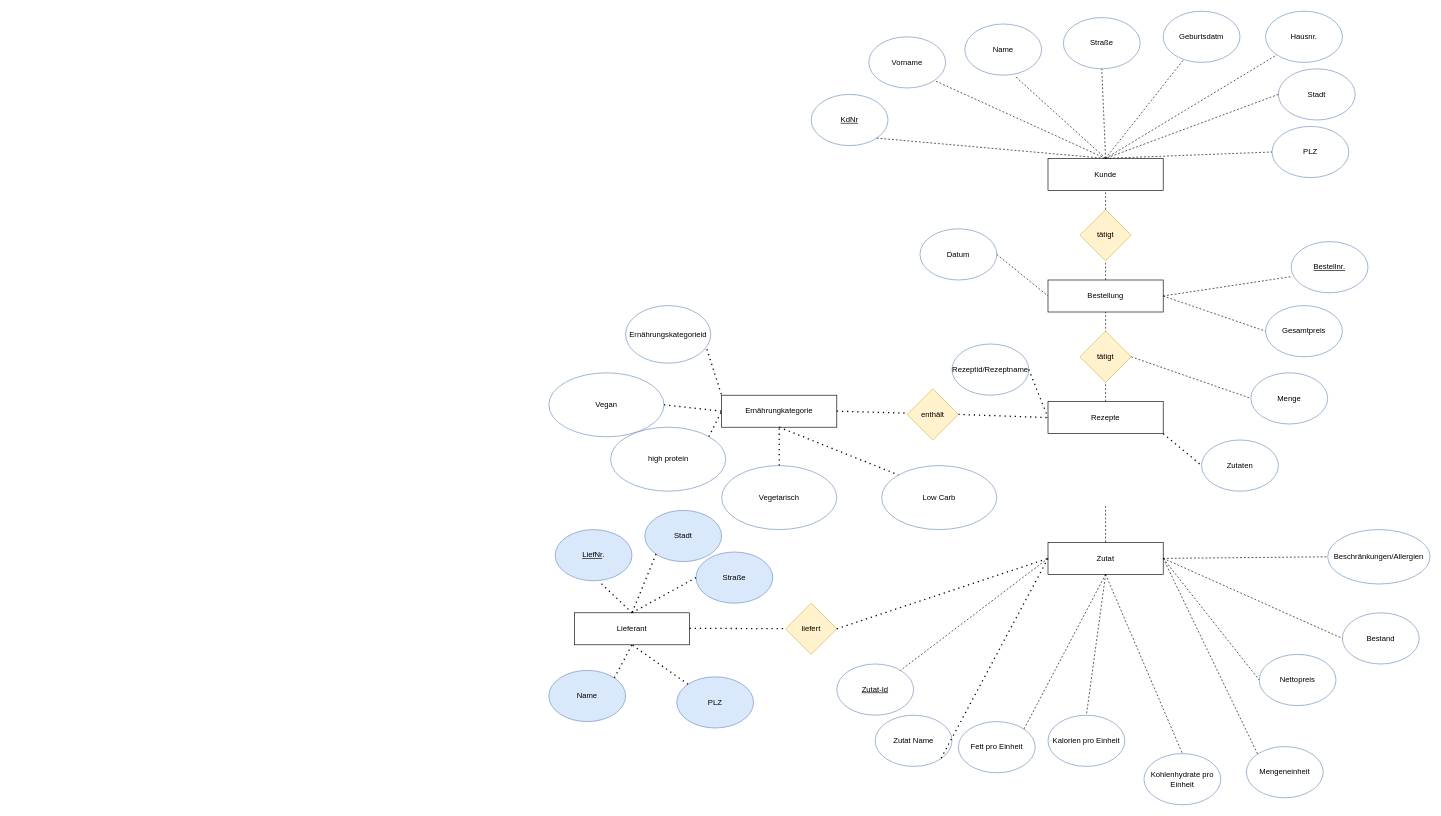
Earlier version of the draw.io diagram Untitled Diagram.drawio (AlassaneBenjamin/Alassane). Source tidied: cells renumbered, new cells numbered last; positions are measured from the earlier drawing's top-left corner, leaving out a move shared by most shapes. Both pictures are drawn from the tidied source at 64%, with x=0, y=0 at pixel (548, 11).
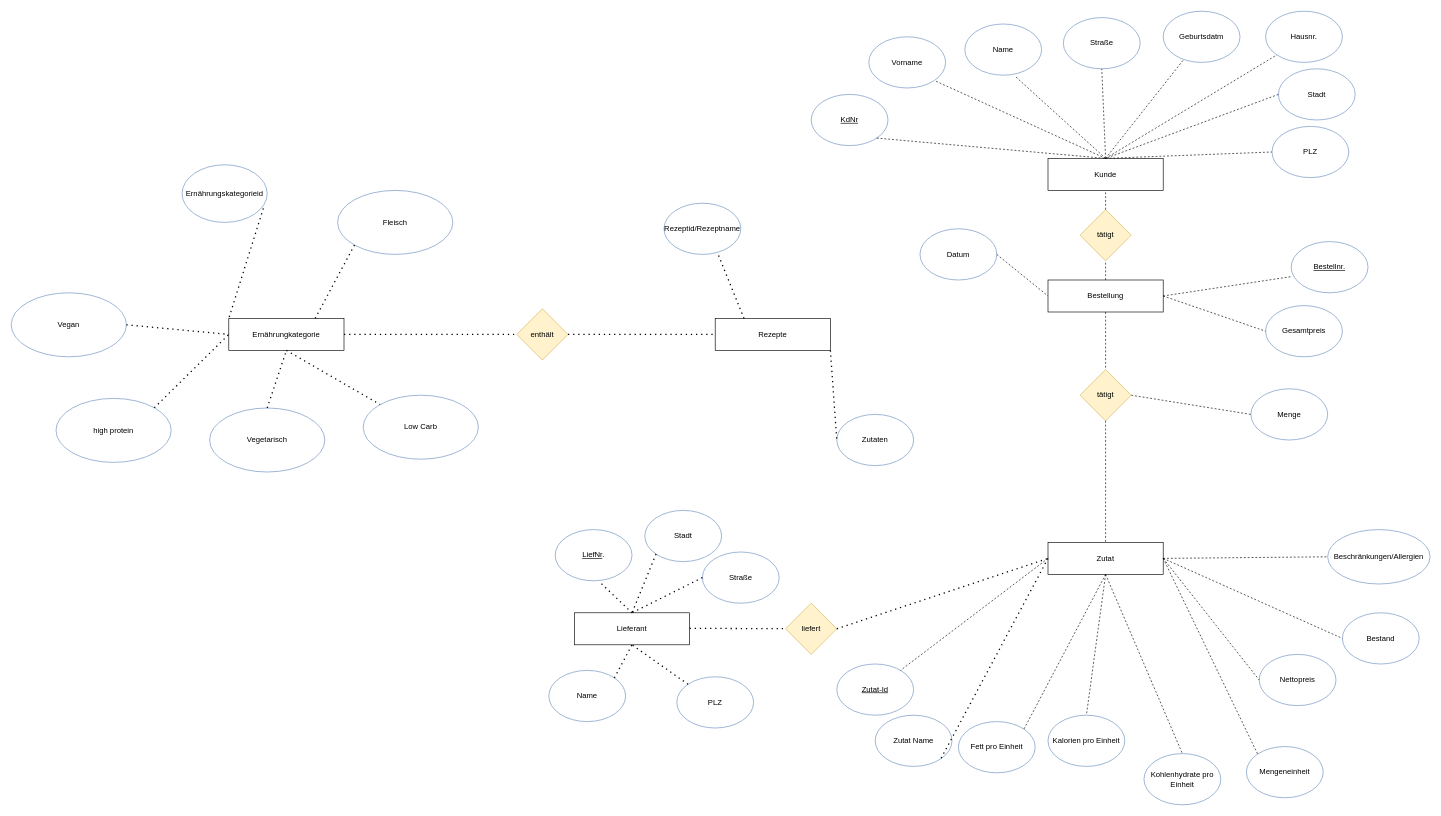
After the change.

Unchanged cells that the change refers to:
```xml
<mxCell id="21" value="Bestellung" style="rounded=0;whiteSpace=wrap;html=1;" parent="1" vertex="1">
  <mxGeometry x="780" y="420" width="180" height="50" as="geometry" />
</mxCell>
<mxCell id="32" value="Zutat" style="rounded=0;whiteSpace=wrap;html=1;" parent="1" vertex="1">
  <mxGeometry x="780" y="830" width="180" height="50" as="geometry" />
</mxCell>
```

What changed in the source:
```diff
@@
     <mxCell id="29" value="Menge" style="ellipse;whiteSpace=wrap;html=1;fillColor=none;strokeColor=#6c8ebf;" parent="1" vertex="1">
-      <mxGeometry x="1097" y="565" width="120" height="80" as="geometry" />
+      <mxGeometry x="1097" y="590" width="120" height="80" as="geometry" />
     </mxCell>
@@
-    <mxCell id="31" style="endArrow=none;dashed=1;html=1;rounded=0;entryX=0.5;entryY=1;entryDx=0;entryDy=0;exitX=0.5;exitY=0;exitDx=0;exitDy=0;" parent="1" edge="1" source="64" target="21">
-      <mxGeometry relative="1" as="geometry" />
-    </mxCell>
@@
-    <mxCell id="33" style="endArrow=none;dashed=1;html=1;rounded=0;entryX=0.5;entryY=1;entryDx=0;entryDy=0;exitX=0.5;exitY=0;exitDx=0;exitDy=0;" parent="1" edge="1" source="32">
-      <mxGeometry relative="1" as="geometry">
-        <mxPoint x="870" y="770" as="targetPoint" />
-      </mxGeometry>
-    </mxCell>
@@
-    <mxCell id="51" value="&lt;u&gt;LiefNr&lt;/u&gt;." style="ellipse;whiteSpace=wrap;html=1;fillColor=#dae8fc;strokeColor=#6c8ebf;" parent="1" vertex="1">
+    <mxCell id="51" value="&lt;u&gt;LiefNr&lt;/u&gt;." style="ellipse;whiteSpace=wrap;html=1;fillColor=none;strokeColor=#6c8ebf;" parent="1" vertex="1">
       <mxGeometry x="10" y="810" width="120" height="80" as="geometry" />
     </mxCell>
-    <mxCell id="52" value="Name" style="ellipse;whiteSpace=wrap;html=1;fillColor=#dae8fc;strokeColor=#6c8ebf;" parent="1" vertex="1">
+    <mxCell id="52" value="Name" style="ellipse;whiteSpace=wrap;html=1;fillColor=none;strokeColor=#6c8ebf;" parent="1" vertex="1">
       <mxGeometry y="1030" width="120" height="80" as="geometry" />
     </mxCell>
-    <mxCell id="53" value="PLZ" style="ellipse;whiteSpace=wrap;html=1;fillColor=#dae8fc;strokeColor=#6c8ebf;" parent="1" vertex="1">
+    <mxCell id="53" value="PLZ" style="ellipse;whiteSpace=wrap;html=1;fillColor=none;strokeColor=#6c8ebf;" parent="1" vertex="1">
       <mxGeometry x="200" y="1040" width="120" height="80" as="geometry" />
     </mxCell>
-    <mxCell id="54" value="Straße" style="ellipse;whiteSpace=wrap;html=1;fillColor=#dae8fc;strokeColor=#6c8ebf;" parent="1" vertex="1">
-      <mxGeometry x="230" y="845" width="120" height="80" as="geometry" />
+    <mxCell id="54" value="Straße" style="ellipse;whiteSpace=wrap;html=1;fillColor=none;strokeColor=#6c8ebf;" parent="1" vertex="1">
+      <mxGeometry x="240" y="845" width="120" height="80" as="geometry" />
     </mxCell>
-    <mxCell id="55" value="Stadt" style="ellipse;whiteSpace=wrap;html=1;fillColor=#dae8fc;strokeColor=#6c8ebf;" parent="1" vertex="1">
+    <mxCell id="55" value="Stadt" style="ellipse;whiteSpace=wrap;html=1;fillColor=none;strokeColor=#6c8ebf;" parent="1" vertex="1">
       <mxGeometry x="150" y="780" width="120" height="80" as="geometry" />
     </mxCell>
@@
     <mxCell id="64" value="Rezepte" style="rounded=0;whiteSpace=wrap;html=1;" parent="1" vertex="1">
-      <mxGeometry x="780" y="610" width="180" height="50" as="geometry" />
+      <mxGeometry x="260" y="480" width="180" height="50" as="geometry" />
     </mxCell>
     <mxCell id="65" value="Rezeptid/Rezeptname" style="ellipse;whiteSpace=wrap;html=1;fillColor=none;strokeColor=#6c8ebf;" parent="1" vertex="1">
-      <mxGeometry x="630" y="520" width="120" height="80" as="geometry" />
+      <mxGeometry x="180" y="300" width="120" height="80" as="geometry" />
     </mxCell>
     <mxCell id="66" value="tätigt" style="rhombus;whiteSpace=wrap;html=1;fillColor=#fff2cc;strokeColor=#d6b656;" parent="1" vertex="1">
-      <mxGeometry x="830" y="500" width="80" height="80" as="geometry" />
+      <mxGeometry x="830" y="560" width="80" height="80" as="geometry" />
     </mxCell>
     <mxCell id="67" value="Ernährungkategorie" style="rounded=0;whiteSpace=wrap;html=1;" parent="1" vertex="1">
-      <mxGeometry x="270" y="600" width="180" height="50" as="geometry" />
+      <mxGeometry x="-500" y="480" width="180" height="50" as="geometry" />
     </mxCell>
     <mxCell id="68" value="Ernährungskategorieid" style="ellipse;whiteSpace=wrap;html=1;fillColor=none;strokeColor=#6c8ebf;" parent="1" vertex="1">
-      <mxGeometry x="120" y="460" width="133" height="90" as="geometry" />
+      <mxGeometry x="-573" y="240" width="133" height="90" as="geometry" />
     </mxCell>
-    <mxCell id="69" style="endArrow=none;dashed=1;html=1;dashPattern=1 3;strokeWidth=2;rounded=0;entryX=0;entryY=0.5;entryDx=0;entryDy=0;exitX=1;exitY=0.5;exitDx=0;exitDy=0;" parent="1" edge="1" source="65" target="64">
-      <mxGeometry relative="1" as="geometry" />
-    </mxCell>
-    <mxCell id="70" style="endArrow=none;dashed=1;html=1;dashPattern=1 3;strokeWidth=2;rounded=0;entryX=0;entryY=0.5;entryDx=0;entryDy=0;exitX=1;exitY=0.5;exitDx=0;exitDy=0;" parent="1" edge="1" source="71" target="64">
+    <mxCell id="70" style="endArrow=none;dashed=1;html=1;dashPattern=1 3;strokeWidth=2;rounded=0;entryX=0.696;entryY=0.966;entryDx=0;entryDy=0;exitX=0.25;exitY=0;exitDx=0;exitDy=0;entryPerimeter=0;" parent="1" edge="1" source="64" target="65">
       <mxGeometry relative="1" as="geometry" />
     </mxCell>
     <mxCell id="71" value="enthält" style="rhombus;whiteSpace=wrap;html=1;fillColor=#fff2cc;strokeColor=#d6b656;" parent="1" vertex="1">
-      <mxGeometry x="560" y="590" width="80" height="80" as="geometry" />
+      <mxGeometry x="-50" y="465" width="80" height="80" as="geometry" />
     </mxCell>
-    <mxCell id="72" style="endArrow=none;dashed=1;html=1;dashPattern=1 3;strokeWidth=2;rounded=0;exitX=1;exitY=0.5;exitDx=0;exitDy=0;" parent="1" edge="1" source="67">
-      <mxGeometry relative="1" as="geometry">
-        <mxPoint x="560" y="628" as="targetPoint" />
-      </mxGeometry>
+    <mxCell id="72" style="endArrow=none;dashed=1;html=1;dashPattern=1 3;strokeWidth=2;rounded=0;exitX=1;exitY=0.5;exitDx=0;exitDy=0;entryX=0;entryY=0.5;entryDx=0;entryDy=0;" parent="1" edge="1" source="67" target="71">
+      <mxGeometry relative="1" as="geometry" />
     </mxCell>
@@
     <mxCell id="76" value="Vegan" style="ellipse;whiteSpace=wrap;html=1;fillColor=none;strokeColor=#6c8ebf;" parent="1" vertex="1">
-      <mxGeometry y="565" width="180" height="100" as="geometry" />
+      <mxGeometry x="-840" y="440" width="180" height="100" as="geometry" />
     </mxCell>
     <mxCell id="77" value="Vegetarisch" style="ellipse;whiteSpace=wrap;html=1;fillColor=none;strokeColor=#6c8ebf;" parent="1" vertex="1">
-      <mxGeometry x="270" y="710" width="180" height="100" as="geometry" />
+      <mxGeometry x="-530" y="620" width="180" height="100" as="geometry" />
     </mxCell>
     <mxCell id="78" value="Low Carb" style="ellipse;whiteSpace=wrap;html=1;fillColor=none;strokeColor=#6c8ebf;" parent="1" vertex="1">
-      <mxGeometry x="520" y="710" width="180" height="100" as="geometry" />
+      <mxGeometry x="-290" y="600" width="180" height="100" as="geometry" />
     </mxCell>
     <mxCell id="79" value="high protein" style="ellipse;whiteSpace=wrap;html=1;fillColor=none;strokeColor=#6c8ebf;" parent="1" vertex="1">
-      <mxGeometry x="96.5" y="650" width="180" height="100" as="geometry" />
+      <mxGeometry x="-770" y="605" width="180" height="100" as="geometry" />
     </mxCell>
@@
     <mxCell id="84" value="Zutaten" style="ellipse;whiteSpace=wrap;html=1;fillColor=none;strokeColor=#6c8ebf;" parent="1" vertex="1">
-      <mxGeometry x="1020" y="670" width="120" height="80" as="geometry" />
+      <mxGeometry x="450" y="630" width="120" height="80" as="geometry" />
     </mxCell>
@@
+    <mxCell id="86" value="Fleisch" style="ellipse;whiteSpace=wrap;html=1;fillColor=none;strokeColor=#6c8ebf;" parent="1" vertex="1">
+      <mxGeometry x="-330" y="280" width="180" height="100" as="geometry" />
+    </mxCell>
+    <mxCell id="87" style="endArrow=none;dashed=1;html=1;dashPattern=1 3;strokeWidth=2;rounded=0;exitX=0;exitY=1;exitDx=0;exitDy=0;entryX=0.75;entryY=0;entryDx=0;entryDy=0;" parent="1" edge="1" source="86" target="67">
+      <mxGeometry relative="1" as="geometry" />
+    </mxCell>
+    <mxCell id="88" style="endArrow=none;dashed=1;html=1;dashPattern=1 3;strokeWidth=2;rounded=0;exitX=1;exitY=0.5;exitDx=0;exitDy=0;entryX=0;entryY=0.5;entryDx=0;entryDy=0;" parent="1" edge="1" source="71" target="64">
+      <mxGeometry relative="1" as="geometry" />
+    </mxCell>
+    <mxCell id="89" style="endArrow=none;dashed=1;html=1;rounded=0;exitX=0.5;exitY=1;exitDx=0;exitDy=0;entryX=0.5;entryY=0;entryDx=0;entryDy=0;" parent="1" edge="1" source="21" target="66">
+      <mxGeometry relative="1" as="geometry" />
+    </mxCell>
+    <mxCell id="90" style="endArrow=none;dashed=1;html=1;rounded=0;exitX=0.5;exitY=1;exitDx=0;exitDy=0;entryX=0.5;entryY=0;entryDx=0;entryDy=0;" parent="1" edge="1" source="66" target="32">
+      <mxGeometry relative="1" as="geometry" />
+    </mxCell>
```
